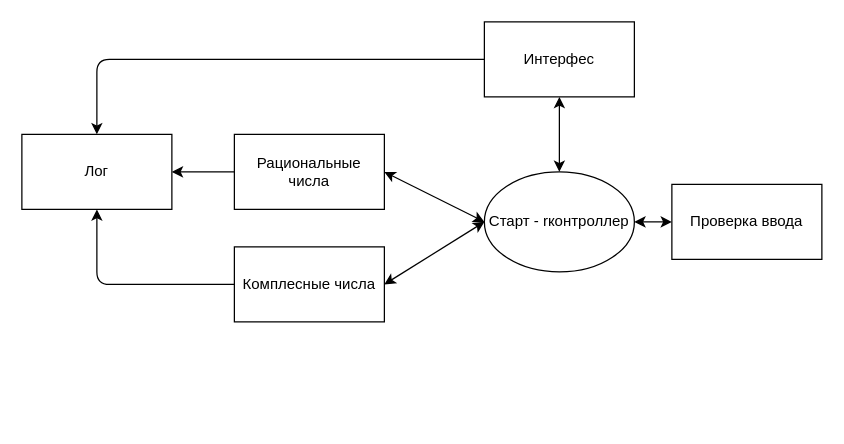
This is Scheme.drawio from WhiteWolf152/07.Lesson_group_4, a draw.io file, before an edit. Source tidied: cells renumbered, new cells numbered last; positions are measured from the earlier drawing's top-left corner, leaving out a move shared by most shapes. Both pictures are drawn from the tidied source at 125%, with x=0, y=0 at pixel (21, 21).
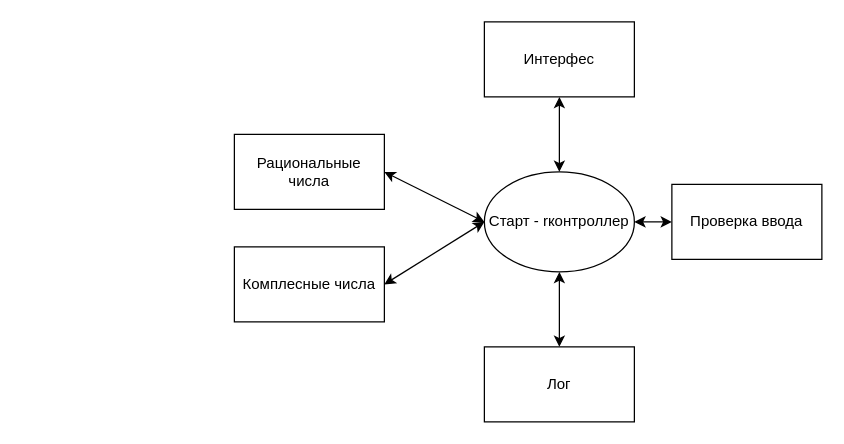
Above is the later version.

Commit message (it also covers changes not shown here):
Начал писать код комплексного калькулятора

Diff of the diagram source:
```diff
@@
 <mxGraphModel>
   <root>
     <mxCell id="0" />
     <mxCell id="1" parent="0" />
     <mxCell id="2" value="Старт - rконтроллер" style="ellipse;whiteSpace=wrap;html=1;" parent="1" vertex="1">
       <mxGeometry x="370" y="120" width="120" height="80" as="geometry" />
     </mxCell>
-    <mxCell id="3" style="edgeStyle=none;html=1;exitX=0;exitY=0.5;exitDx=0;exitDy=0;entryX=0.5;entryY=0;entryDx=0;entryDy=0;" parent="1" edge="1" source="4" target="9">
-      <mxGeometry relative="1" as="geometry">
-        <Array as="points">
-          <mxPoint x="60" y="30" />
-        </Array>
-      </mxGeometry>
-    </mxCell>
     <mxCell id="4" value="Интерфес" style="rounded=0;whiteSpace=wrap;html=1;" parent="1" vertex="1">
       <mxGeometry x="370" width="120" height="60" as="geometry" />
     </mxCell>
-    <mxCell id="5" style="edgeStyle=none;html=1;exitX=0;exitY=0.5;exitDx=0;exitDy=0;entryX=0.5;entryY=1;entryDx=0;entryDy=0;" parent="1" edge="1" source="6" target="9">
-      <mxGeometry relative="1" as="geometry">
-        <Array as="points">
-          <mxPoint x="60" y="210" />
-        </Array>
-      </mxGeometry>
-    </mxCell>
     <mxCell id="6" value="Комплесные числа" style="rounded=0;whiteSpace=wrap;html=1;" parent="1" vertex="1">
       <mxGeometry x="170" y="180" width="120" height="60" as="geometry" />
     </mxCell>
-    <mxCell id="7" style="edgeStyle=none;html=1;exitX=0;exitY=0.5;exitDx=0;exitDy=0;entryX=1;entryY=0.5;entryDx=0;entryDy=0;" parent="1" edge="1" source="8" target="9">
-      <mxGeometry relative="1" as="geometry" />
-    </mxCell>
     <mxCell id="8" value="Рациональные числа" style="rounded=0;whiteSpace=wrap;html=1;" parent="1" vertex="1">
       <mxGeometry x="170" y="90" width="120" height="60" as="geometry" />
     </mxCell>
     <mxCell id="9" value="Лог" style="rounded=0;whiteSpace=wrap;html=1;" parent="1" vertex="1">
-      <mxGeometry y="90" width="120" height="60" as="geometry" />
+      <mxGeometry x="370" y="260" width="120" height="60" as="geometry" />
     </mxCell>
     <mxCell id="10" style="endArrow=classic;startArrow=classic;html=1;entryX=0.5;entryY=1;entryDx=0;entryDy=0;exitX=0.5;exitY=0;exitDx=0;exitDy=0;" parent="1" edge="1" source="2" target="4">
       <mxGeometry relative="1" as="geometry" />
     </mxCell>
     <mxCell id="11" style="endArrow=classic;startArrow=classic;html=1;entryX=0;entryY=0.5;entryDx=0;entryDy=0;exitX=1;exitY=0.5;exitDx=0;exitDy=0;" parent="1" edge="1" source="8" target="2">
       <mxGeometry relative="1" as="geometry" />
     </mxCell>
     <mxCell id="12" style="endArrow=classic;startArrow=classic;html=1;exitX=1;exitY=0.5;exitDx=0;exitDy=0;" parent="1" edge="1" source="6">
       <mxGeometry relative="1" as="geometry">
         <mxPoint x="370" y="160" as="targetPoint" />
       </mxGeometry>
     </mxCell>
     <mxCell id="13" value="Проверка ввода" style="rounded=0;whiteSpace=wrap;html=1;" parent="1" vertex="1">
       <mxGeometry x="520" y="130" width="120" height="60" as="geometry" />
     </mxCell>
     <mxCell id="14" style="endArrow=classic;startArrow=classic;html=1;entryX=0;entryY=0.5;entryDx=0;entryDy=0;exitX=1;exitY=0.5;exitDx=0;exitDy=0;" parent="1" edge="1" source="2" target="13">
       <mxGeometry relative="1" as="geometry" />
     </mxCell>
+    <mxCell id="15" style="endArrow=classic;startArrow=classic;html=1;entryX=0.5;entryY=1;entryDx=0;entryDy=0;exitX=0.5;exitY=0;exitDx=0;exitDy=0;" parent="1" edge="1" source="9" target="2">
+      <mxGeometry relative="1" as="geometry" />
+    </mxCell>
   </root>
 </mxGraphModel>
```
